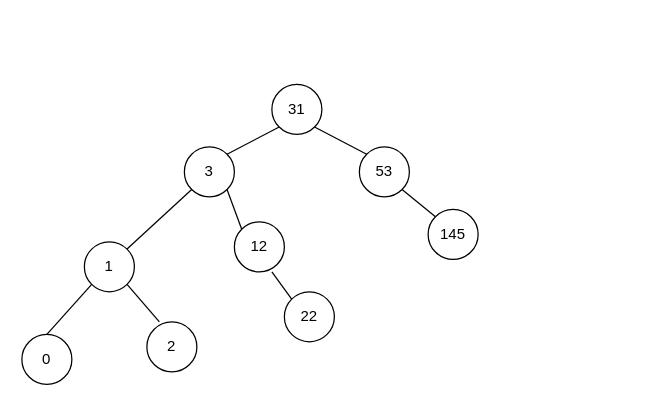
Before: Diagrams/Tree.drawio in OmarAlbassam/CSC212, a draw.io diagram. Source tidied: cells renumbered, new cells numbered last; positions are measured from the earlier drawing's top-left corner, leaving out a move shared by most shapes. Both pictures are drawn from the tidied source at 125%, with x=0, y=0 at pixel (21, 84).
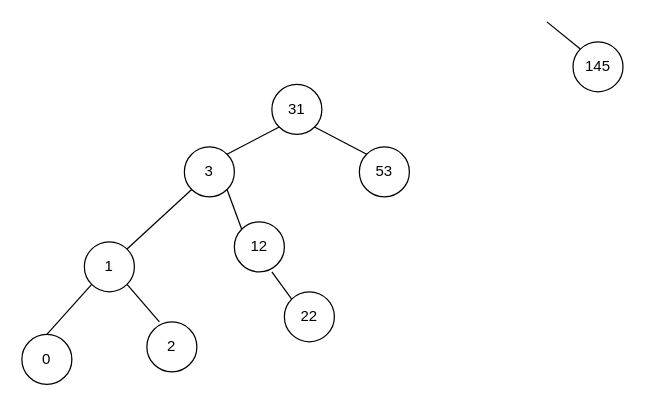
Above is the later version.

Unchanged cells that the change refers to:
```xml
<mxCell id="13" value="53" style="ellipse;whiteSpace=wrap;html=1;" parent="1" vertex="1">
  <mxGeometry x="270" y="50" width="40" height="40" as="geometry" />
</mxCell>
```

The edit, as a diff of the source:
```diff
@@
-    <mxCell id="11" style="endArrow=none;html=1;entryX=1;entryY=1;entryDx=0;entryDy=0;exitX=0;exitY=0;exitDx=0;exitDy=0;" parent="1" edge="1" source="14" target="13">
-      <mxGeometry relative="1" as="geometry" />
-    </mxCell>
@@
-    <mxCell id="14" value="145" style="ellipse;whiteSpace=wrap;html=1;" parent="1" vertex="1">
-      <mxGeometry x="325" y="100" width="40" height="40" as="geometry" />
-    </mxCell>
@@
+    <mxCell id="19" style="endArrow=none;html=1;entryX=1;entryY=1;entryDx=0;entryDy=0;exitX=0;exitY=0;exitDx=0;exitDy=0;" parent="1" edge="1" source="14">
+      <mxGeometry relative="1" as="geometry">
+        <mxPoint x="420" y="-50" as="targetPoint" />
+      </mxGeometry>
+    </mxCell>
+    <mxCell id="14" value="145" style="ellipse;whiteSpace=wrap;html=1;" parent="1" vertex="1">
+      <mxGeometry x="440.9" y="-34.1" width="40" height="40" as="geometry" />
+    </mxCell>
```
